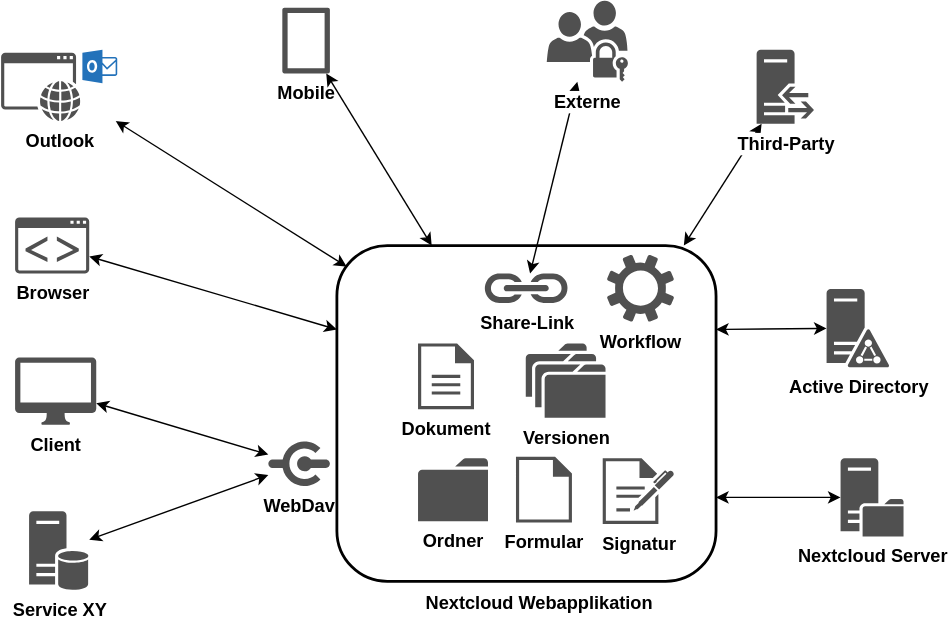
Before: assets/Nextcloud Integration.svg, a diagram exported from draw.io (Mint-System/Wiki). Source tidied: cells renumbered, new cells last; positions are measured from the earlier drawing's top-left corner, leaving out a move shared by most shapes.
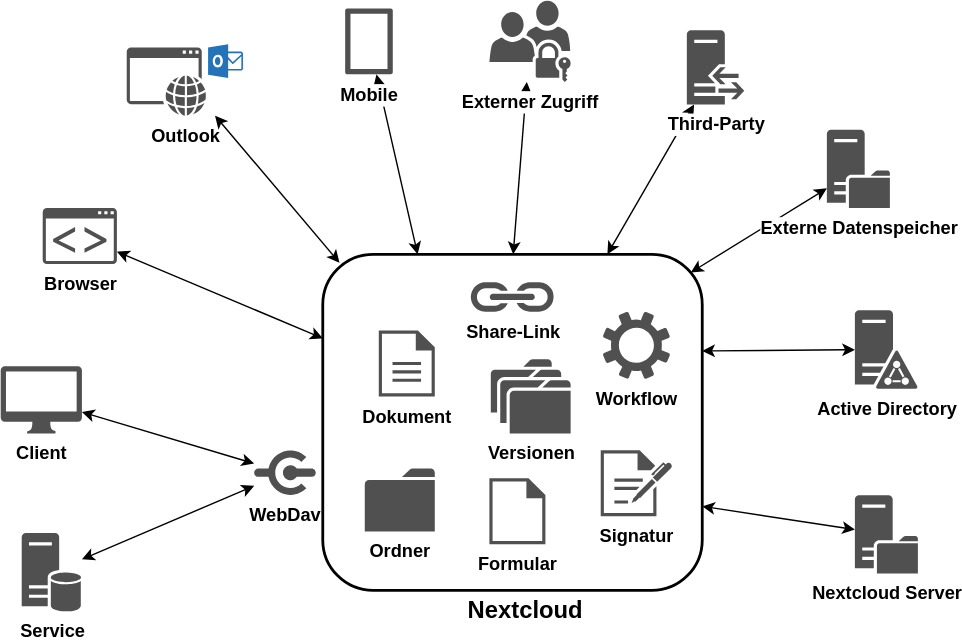
After the commit.

What changed in the source:
```diff
@@ -6,13 +6,13 @@
       <mxGeometry x="240" y="175" width="271" height="240" as="geometry" />
     </mxCell>
     <mxCell id="3" value="Dokument" style="sketch=0;shadow=0;dashed=0;html=1;strokeColor=none;fillColor=#505050;labelPosition=center;verticalLabelPosition=bottom;verticalAlign=top;align=center;shape=mxgraph.office.concepts.document;fontSize=13;fontStyle=1;labelBackgroundColor=default;" parent="1" vertex="1">
-      <mxGeometry x="298" y="245" width="40" height="47" as="geometry" />
+      <mxGeometry x="280" y="229.5" width="40" height="47" as="geometry" />
     </mxCell>
     <mxCell id="4" value="Formular" style="sketch=0;shadow=0;dashed=0;html=1;strokeColor=none;fillColor=#505050;labelPosition=center;verticalLabelPosition=bottom;verticalAlign=top;align=center;shape=mxgraph.office.concepts.document_blank;fontSize=13;fontStyle=1;labelBackgroundColor=default;" parent="1" vertex="1">
-      <mxGeometry x="368" y="326" width="40" height="47" as="geometry" />
+      <mxGeometry x="359" y="335" width="40" height="47" as="geometry" />
     </mxCell>
     <mxCell id="5" value="Ordner" style="sketch=0;shadow=0;dashed=0;html=1;strokeColor=none;fillColor=#505050;labelPosition=center;verticalLabelPosition=bottom;verticalAlign=top;align=center;shape=mxgraph.office.concepts.folder;fontSize=13;fontStyle=1;labelBackgroundColor=default;" parent="1" vertex="1">
-      <mxGeometry x="298" y="327" width="50" height="45" as="geometry" />
+      <mxGeometry x="270" y="328" width="50" height="45" as="geometry" />
     </mxCell>
     <mxCell id="6" value="Client" style="sketch=0;shadow=0;dashed=0;html=1;strokeColor=none;fillColor=#505050;labelPosition=center;verticalLabelPosition=bottom;verticalAlign=top;outlineConnect=0;align=center;shape=mxgraph.office.devices.mac_client;fontSize=13;fontStyle=1;labelBackgroundColor=default;" parent="1" vertex="1">
       <mxGeometry x="10" y="255" width="58" height="48" as="geometry" />
@@ -24,10 +24,10 @@
       <mxGeometry x="191" y="315" width="44" height="32" as="geometry" />
     </mxCell>
     <mxCell id="9" value="Browser" style="sketch=0;shadow=0;dashed=0;html=1;strokeColor=none;fillColor=#505050;labelPosition=center;verticalLabelPosition=bottom;verticalAlign=top;outlineConnect=0;align=center;shape=mxgraph.office.communications.ucwa_application;fontSize=13;fontStyle=1;labelBackgroundColor=default;" parent="1" vertex="1">
-      <mxGeometry x="10" y="155" width="53" height="40" as="geometry" />
+      <mxGeometry x="40" y="142" width="53" height="40" as="geometry" />
     </mxCell>
-    <mxCell id="10" value="Service XY" style="sketch=0;shadow=0;dashed=0;html=1;strokeColor=none;fillColor=#505050;labelPosition=center;verticalLabelPosition=bottom;verticalAlign=top;outlineConnect=0;align=center;shape=mxgraph.office.servers.database_server;fontSize=13;fontStyle=1;labelBackgroundColor=default;" parent="1" vertex="1">
-      <mxGeometry x="20" y="365" width="43" height="56" as="geometry" />
+    <mxCell id="10" value="Service" style="sketch=0;shadow=0;dashed=0;html=1;strokeColor=none;fillColor=#505050;labelPosition=center;verticalLabelPosition=bottom;verticalAlign=top;outlineConnect=0;align=center;shape=mxgraph.office.servers.database_server;fontSize=13;fontStyle=1;labelBackgroundColor=default;" parent="1" vertex="1">
+      <mxGeometry x="25" y="374" width="43" height="56" as="geometry" />
     </mxCell>
     <mxCell id="11" style="endArrow=classic;startArrow=classic;html=1;rounded=0;fontSize=13;fontStyle=1;labelBackgroundColor=default;" parent="1" edge="1" source="10" target="8">
       <mxGeometry relative="1" as="geometry" />
@@ -38,53 +38,63 @@
     <mxCell id="13" style="endArrow=classic;startArrow=classic;html=1;rounded=0;entryX=0;entryY=0.25;entryDx=0;entryDy=0;fontSize=13;fontStyle=1;labelBackgroundColor=default;" parent="1" edge="1" source="9" target="2">
       <mxGeometry relative="1" as="geometry" />
     </mxCell>
-    <mxCell id="14" value="Nextcloud Webapplikation" style="text;html=1;strokeColor=none;fillColor=none;align=center;verticalAlign=middle;whiteSpace=wrap;rounded=0;fontSize=13;fontStyle=1;labelBackgroundColor=default;" parent="1" vertex="1">
+    <mxCell id="14" value="Nextcloud" style="text;html=1;strokeColor=none;fillColor=none;align=center;verticalAlign=middle;whiteSpace=wrap;rounded=0;fontSize=17;fontStyle=1;labelBackgroundColor=default;" parent="1" vertex="1">
       <mxGeometry x="290" y="415" width="190" height="30" as="geometry" />
     </mxCell>
     <mxCell id="15" value="Versionen" style="sketch=0;shadow=0;dashed=0;html=1;strokeColor=none;fillColor=#505050;labelPosition=center;verticalLabelPosition=bottom;verticalAlign=top;align=center;shape=mxgraph.office.concepts.folders;fontSize=13;fontStyle=1;labelBackgroundColor=default;" parent="1" vertex="1">
-      <mxGeometry x="375" y="245" width="57" height="53" as="geometry" />
+      <mxGeometry x="360" y="250" width="57" height="53" as="geometry" />
     </mxCell>
     <mxCell id="16" value="Signatur" style="sketch=0;shadow=0;dashed=0;html=1;strokeColor=none;fillColor=#505050;labelPosition=center;verticalLabelPosition=bottom;verticalAlign=top;align=center;shape=mxgraph.office.concepts.sign_up;fontSize=13;fontStyle=1;labelBackgroundColor=default;" parent="1" vertex="1">
-      <mxGeometry x="430" y="327" width="51" height="47" as="geometry" />
+      <mxGeometry x="438.5" y="315" width="51" height="47" as="geometry" />
     </mxCell>
     <mxCell id="17" value="Outlook" style="sketch=0;shadow=0;dashed=0;html=1;strokeColor=none;fillColor=#505050;labelPosition=center;verticalLabelPosition=bottom;verticalAlign=top;outlineConnect=0;align=center;shape=mxgraph.office.services.outlook_web_app;fontSize=13;fontStyle=1;labelBackgroundColor=default;" parent="1" vertex="1">
-      <mxGeometry y="35" width="83" height="51" as="geometry" />
+      <mxGeometry x="100" y="25" width="83" height="51" as="geometry" />
     </mxCell>
-    <mxCell id="18" style="endArrow=classic;startArrow=classic;html=1;rounded=0;entryX=0.026;entryY=0.063;entryDx=0;entryDy=0;entryPerimeter=0;fontSize=13;fontStyle=1;labelBackgroundColor=default;" parent="1" edge="1" source="17" target="2">
+    <mxCell id="18" style="endArrow=classic;startArrow=classic;html=1;rounded=0;entryX=0.044;entryY=0.025;entryDx=0;entryDy=0;entryPerimeter=0;fontSize=13;fontStyle=1;labelBackgroundColor=default;" parent="1" edge="1" source="17" target="2">
       <mxGeometry relative="1" as="geometry" />
     </mxCell>
-    <mxCell id="19" value="Mobile" style="sketch=0;shadow=0;dashed=0;html=1;strokeColor=none;fillColor=#505050;labelPosition=center;verticalLabelPosition=bottom;verticalAlign=top;outlineConnect=0;align=center;shape=mxgraph.office.devices.tablet_windows_7inch;fontSize=13;fontStyle=1;labelBackgroundColor=default;" parent="1" vertex="1">
-      <mxGeometry x="201" y="5" width="34" height="47" as="geometry" />
-    </mxCell>
-    <mxCell id="20" style="endArrow=classic;startArrow=classic;html=1;rounded=0;entryX=1;entryY=0.25;entryDx=0;entryDy=0;fontSize=13;fontStyle=1;labelBackgroundColor=default;" parent="1" edge="1" source="21" target="2">
-      <mxGeometry relative="1" as="geometry" />
+    <mxCell id="20" style="endArrow=classic;startArrow=classic;html=1;rounded=0;fontSize=13;fontStyle=1;labelBackgroundColor=default;" parent="1" edge="1" source="21">
+      <mxGeometry relative="1" as="geometry">
+        <mxPoint x="511" y="244" as="targetPoint" />
+      </mxGeometry>
     </mxCell>
     <mxCell id="21" value="Active Directory" style="sketch=0;shadow=0;dashed=0;html=1;strokeColor=none;fillColor=#505050;labelPosition=center;verticalLabelPosition=bottom;verticalAlign=top;outlineConnect=0;align=center;shape=mxgraph.office.servers.active_directory_federation_services_server;fontSize=13;fontStyle=1;labelBackgroundColor=default;" parent="1" vertex="1">
-      <mxGeometry x="590" y="206" width="45" height="56" as="geometry" />
+      <mxGeometry x="620" y="215" width="45" height="56" as="geometry" />
     </mxCell>
     <mxCell id="22" value="Nextcloud Server" style="sketch=0;shadow=0;dashed=0;html=1;strokeColor=none;fillColor=#505050;labelPosition=center;verticalLabelPosition=bottom;verticalAlign=top;outlineConnect=0;align=center;shape=mxgraph.office.servers.file_server;fontSize=13;fontStyle=1;labelBackgroundColor=default;" parent="1" vertex="1">
-      <mxGeometry x="600" y="327" width="45" height="56" as="geometry" />
+      <mxGeometry x="620" y="347" width="45" height="56" as="geometry" />
     </mxCell>
     <mxCell id="23" style="endArrow=classic;startArrow=classic;html=1;rounded=0;entryX=1;entryY=0.75;entryDx=0;entryDy=0;fontSize=13;fontStyle=1;labelBackgroundColor=default;" parent="1" edge="1" source="22" target="2">
       <mxGeometry relative="1" as="geometry" />
     </mxCell>
-    <mxCell id="24" style="endArrow=classic;startArrow=classic;html=1;rounded=0;fontSize=13;fontStyle=1;labelBackgroundColor=default;" parent="1" edge="1" source="26" target="7">
-      <mxGeometry relative="1" as="geometry" />
+    <mxCell id="24" style="endArrow=classic;startArrow=classic;html=1;rounded=0;fontSize=13;fontStyle=1;labelBackgroundColor=default;" parent="1" edge="1" source="26">
+      <mxGeometry relative="1" as="geometry">
+        <mxPoint x="376" y="175" as="targetPoint" />
+      </mxGeometry>
     </mxCell>
     <mxCell id="25" style="endArrow=classic;startArrow=classic;html=1;rounded=0;fontSize=13;fontStyle=1;entryX=0.25;entryY=0;entryDx=0;entryDy=0;labelBackgroundColor=default;" parent="1" edge="1" source="19" target="2">
       <mxGeometry relative="1" as="geometry" />
     </mxCell>
-    <mxCell id="26" value="Externe" style="sketch=0;shadow=0;dashed=0;html=1;strokeColor=none;fillColor=#505050;labelPosition=center;verticalLabelPosition=bottom;verticalAlign=top;outlineConnect=0;align=center;shape=mxgraph.office.servers.universal_security_group;fontSize=13;fontStyle=1;labelBackgroundColor=default;" parent="1" vertex="1">
-      <mxGeometry x="390" width="58" height="58" as="geometry" />
+    <mxCell id="26" value="Externer Zugriff" style="sketch=0;shadow=0;dashed=0;html=1;strokeColor=none;fillColor=#505050;labelPosition=center;verticalLabelPosition=bottom;verticalAlign=top;outlineConnect=0;align=center;shape=mxgraph.office.servers.universal_security_group;fontSize=13;fontStyle=1;labelBackgroundColor=default;" parent="1" vertex="1">
+      <mxGeometry x="359" y="-6" width="58" height="58" as="geometry" />
     </mxCell>
     <mxCell id="27" value="Workflow" style="sketch=0;shadow=0;dashed=0;html=1;strokeColor=none;fillColor=#505050;labelPosition=center;verticalLabelPosition=bottom;verticalAlign=top;align=center;shape=mxgraph.office.concepts.settings;labelBackgroundColor=default;fontSize=13;fontStyle=1;" parent="1" vertex="1">
-      <mxGeometry x="433" y="181.5" width="48" height="48" as="geometry" />
+      <mxGeometry x="440" y="216" width="48" height="48" as="geometry" />
     </mxCell>
-    <mxCell id="28" style="endArrow=classic;startArrow=classic;html=1;rounded=0;fontSize=13;fontStyle=1;labelBackgroundColor=default;entryX=0.915;entryY=0;entryDx=0;entryDy=0;entryPerimeter=0;" parent="1" edge="1" source="29" target="2">
+    <mxCell id="28" style="endArrow=classic;startArrow=classic;html=1;rounded=0;fontSize=13;fontStyle=1;labelBackgroundColor=default;entryX=0.75;entryY=0;entryDx=0;entryDy=0;" parent="1" edge="1" source="29" target="2">
       <mxGeometry relative="1" as="geometry" />
     </mxCell>
     <mxCell id="29" value="Third-Party" style="sketch=0;shadow=0;dashed=0;html=1;strokeColor=none;fillColor=#505050;labelPosition=center;verticalLabelPosition=bottom;verticalAlign=top;outlineConnect=0;align=center;shape=mxgraph.office.servers.reverse_proxy;labelBackgroundColor=default;fontSize=13;fontStyle=1;" parent="1" vertex="1">
-      <mxGeometry x="540" y="35" width="41" height="53" as="geometry" />
+      <mxGeometry x="500" y="15" width="41" height="53" as="geometry" />
     </mxCell>
+    <mxCell id="30" style="endArrow=classic;startArrow=classic;html=1;rounded=0;fontSize=13;fontStyle=1;labelBackgroundColor=default;entryX=0.97;entryY=0.054;entryDx=0;entryDy=0;entryPerimeter=0;" parent="1" edge="1" source="31" target="2">
+      <mxGeometry relative="1" as="geometry" />
+    </mxCell>
+    <mxCell id="31" value="Externe Datenspeicher" style="sketch=0;shadow=0;dashed=0;html=1;strokeColor=none;fillColor=#505050;labelPosition=center;verticalLabelPosition=bottom;verticalAlign=top;outlineConnect=0;align=center;shape=mxgraph.office.servers.file_server;fontStyle=1;fontSize=13;labelBackgroundColor=default;" parent="1" vertex="1">
+      <mxGeometry x="600" y="86" width="45" height="56" as="geometry" />
+    </mxCell>
+    <mxCell id="19" value="Mobile" style="sketch=0;shadow=0;dashed=0;html=1;strokeColor=none;fillColor=#505050;labelPosition=center;verticalLabelPosition=bottom;verticalAlign=top;outlineConnect=0;align=center;shape=mxgraph.office.devices.tablet_windows_7inch;fontSize=13;fontStyle=1;labelBackgroundColor=default;" parent="1" vertex="1">
+      <mxGeometry x="256" y="-0.5" width="34" height="47" as="geometry" />
+    </mxCell>
   </root>
 </mxGraphModel>
```
